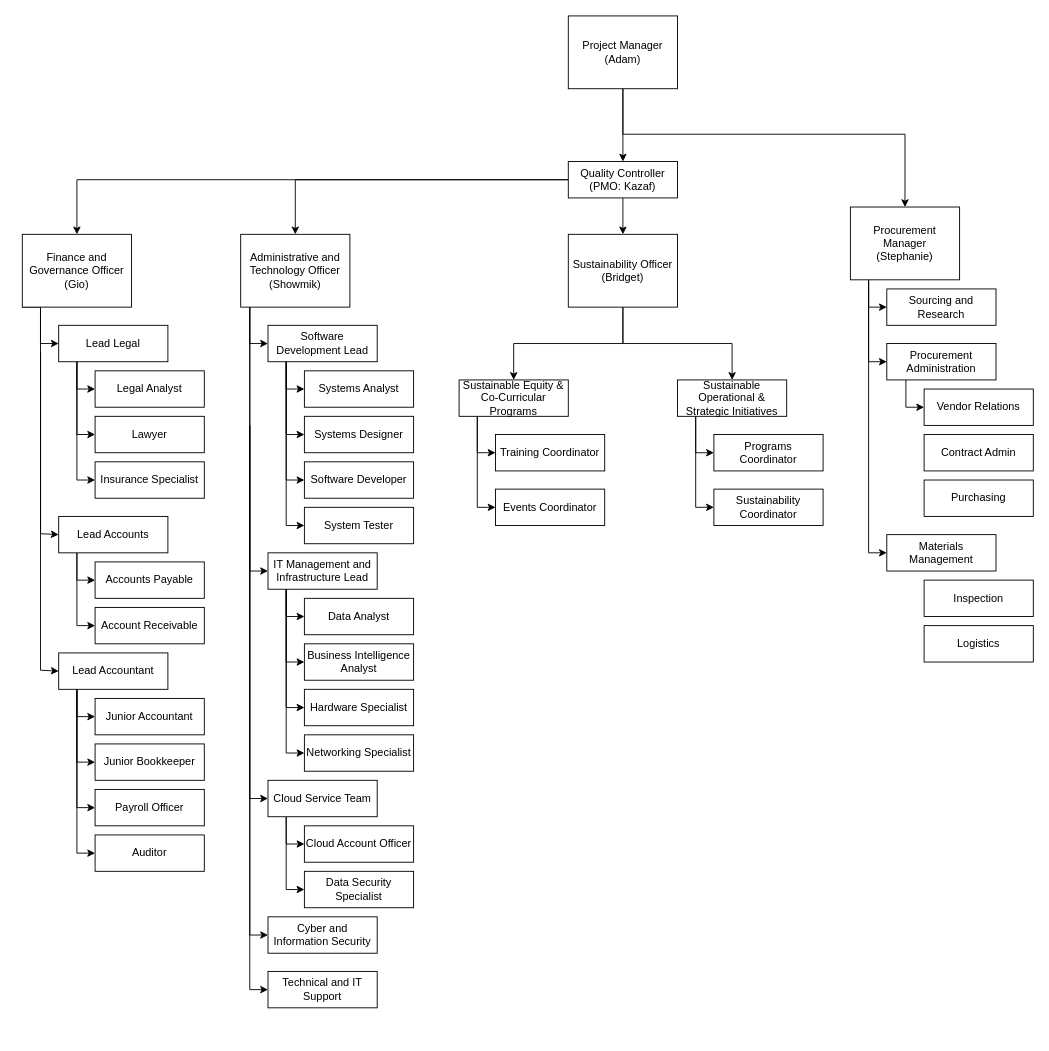
The draw.io diagram page "OBS" (2 of 3) of Untitled Diagram.drawio in adamyie/PORTFOLIO-python_studies_projects, before the edit. Source tidied: cells renumbered, new cells numbered last; positions are measured from the earlier drawing's top-left corner, leaving out a move shared by most shapes. Both pictures are drawn from the tidied source at 91%, with x=0, y=0 at pixel (22, 15).
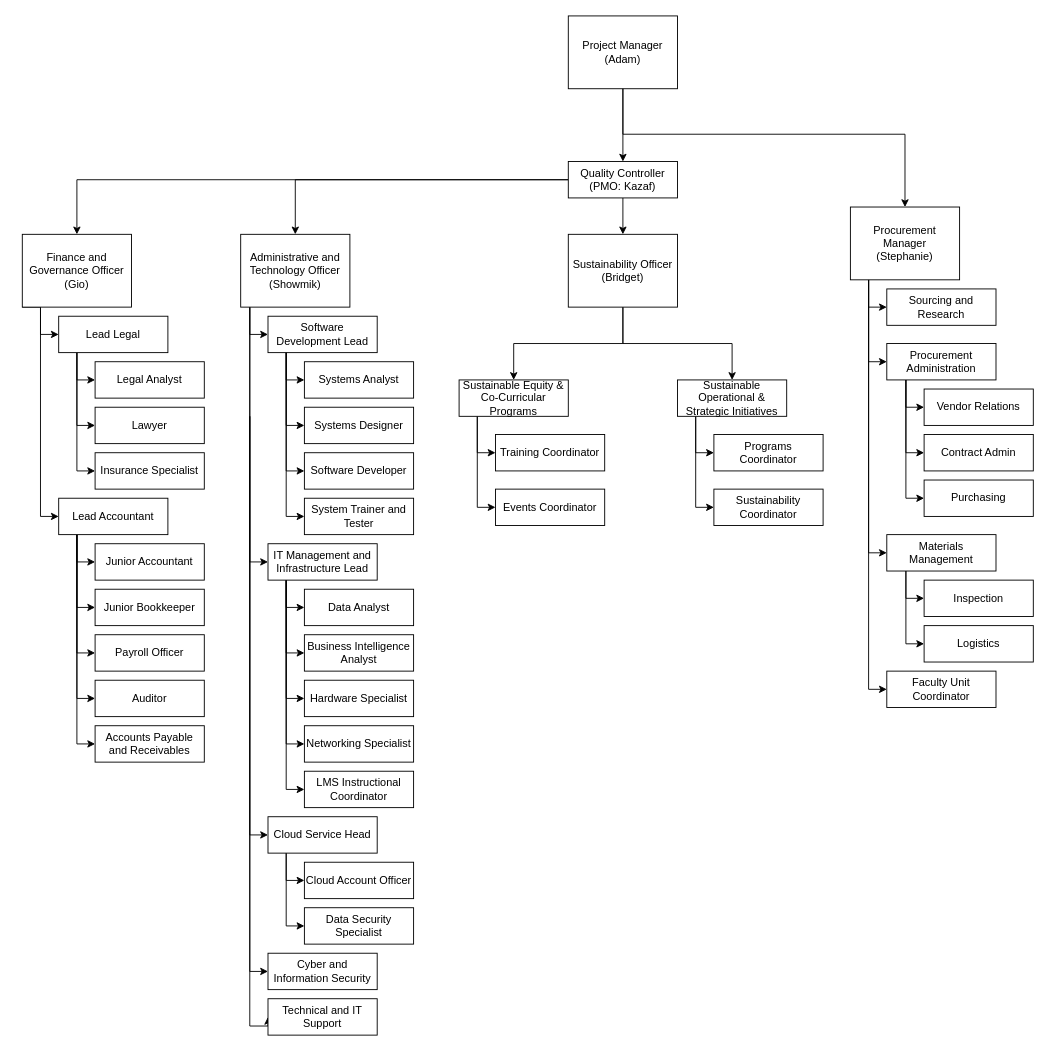
After the change.

The change refers to these unchanged cells:
```xml
<mxCell id="12" value="&lt;div&gt;Procurement Manager&lt;/div&gt;(Stephanie)" style="rounded=0;whiteSpace=wrap;html=1;" parent="1" vertex="1">
  <mxGeometry x="910" y="210" width="120" height="80" as="geometry" />
</mxCell>
<mxCell id="16" value="&lt;div&gt;Finance and Governance Officer&lt;/div&gt;(Gio)" style="rounded=0;whiteSpace=wrap;html=1;" parent="1" vertex="1">
  <mxGeometry y="240" width="120" height="80" as="geometry" />
</mxCell>
<mxCell id="22" value="&lt;div&gt;Administrative and Technology Officer&lt;/div&gt;(Showmik)" style="rounded=0;whiteSpace=wrap;html=1;" parent="1" vertex="1">
  <mxGeometry x="240" y="240" width="120" height="80" as="geometry" />
</mxCell>
<mxCell id="81" value="Procurement Administration" style="rounded=0;whiteSpace=wrap;html=1;" parent="1" vertex="1">
  <mxGeometry x="950" y="360" width="120" height="40" as="geometry" />
</mxCell>
<mxCell id="82" value="Materials Management" style="rounded=0;whiteSpace=wrap;html=1;" parent="1" vertex="1">
  <mxGeometry x="950" y="570" width="120" height="40" as="geometry" />
</mxCell>
<mxCell id="84" value="Contract Admin" style="rounded=0;whiteSpace=wrap;html=1;" parent="1" vertex="1">
  <mxGeometry x="991" y="460" width="120" height="40" as="geometry" />
</mxCell>
<mxCell id="85" value="Purchasing" style="rounded=0;whiteSpace=wrap;html=1;" parent="1" vertex="1">
  <mxGeometry x="991" y="510" width="120" height="40" as="geometry" />
</mxCell>
<mxCell id="86" value="Inspection" style="rounded=0;whiteSpace=wrap;html=1;" parent="1" vertex="1">
  <mxGeometry x="991" y="620" width="120" height="40" as="geometry" />
</mxCell>
<mxCell id="87" value="Logistics" style="rounded=0;whiteSpace=wrap;html=1;" parent="1" vertex="1">
  <mxGeometry x="991" y="670" width="120" height="40" as="geometry" />
</mxCell>
```

Change to the diagram source:
```diff
@@
+    <mxCell id="96" style="edgeStyle=orthogonalEdgeStyle;rounded=0;jettySize=auto;html=1;entryX=0;entryY=0.5;entryDx=0;entryDy=0;" parent="1" edge="1" source="12" target="104">
+      <mxGeometry relative="1" as="geometry">
+        <Array as="points">
+          <mxPoint x="930" y="740" />
+        </Array>
+      </mxGeometry>
+    </mxCell>
@@
     <mxCell id="13" style="edgeStyle=orthogonalEdgeStyle;rounded=0;jettySize=auto;html=1;exitX=0;exitY=1;exitDx=0;exitDy=0;entryX=0;entryY=0.5;entryDx=0;entryDy=0;" parent="1" edge="1" source="16" target="34">
       <mxGeometry relative="1" as="geometry">
         <Array as="points">
           <mxPoint x="20" y="320" />
-          <mxPoint x="20" y="360" />
+          <mxPoint x="20" y="350" />
         </Array>
       </mxGeometry>
     </mxCell>
-    <mxCell id="14" style="edgeStyle=orthogonalEdgeStyle;rounded=0;jettySize=auto;html=1;entryX=0;entryY=0.5;entryDx=0;entryDy=0;" parent="1" edge="1" target="37">
-      <mxGeometry relative="1" as="geometry">
-        <mxPoint x="20.1" y="369" as="sourcePoint" />
-        <Array as="points">
-          <mxPoint x="20" y="569" />
-        </Array>
-      </mxGeometry>
-    </mxCell>
     <mxCell id="15" style="edgeStyle=orthogonalEdgeStyle;rounded=0;jettySize=auto;html=1;entryX=0;entryY=0.5;entryDx=0;entryDy=0;" parent="1" edge="1" source="16" target="53">
       <mxGeometry relative="1" as="geometry">
         <Array as="points">
-          <mxPoint x="20" y="719" />
-          <mxPoint x="40" y="719" />
+          <mxPoint x="20" y="550" />
         </Array>
       </mxGeometry>
     </mxCell>
@@
     <mxCell id="17" style="edgeStyle=orthogonalEdgeStyle;rounded=0;jettySize=auto;html=1;entryX=0;entryY=0.5;entryDx=0;entryDy=0;" parent="1" edge="1" source="22" target="65">
       <mxGeometry relative="1" as="geometry">
         <Array as="points">
-          <mxPoint x="250" y="360" />
+          <mxPoint x="250" y="350" />
         </Array>
       </mxGeometry>
     </mxCell>
     <mxCell id="18" style="edgeStyle=orthogonalEdgeStyle;rounded=0;jettySize=auto;html=1;entryX=0;entryY=0.5;entryDx=0;entryDy=0;" parent="1" edge="1" target="73">
       <mxGeometry relative="1" as="geometry">
-        <mxPoint x="250" y="450" as="sourcePoint" />
+        <mxPoint x="250" y="440" as="sourcePoint" />
         <Array as="points">
-          <mxPoint x="250" y="610" />
+          <mxPoint x="250" y="600" />
         </Array>
       </mxGeometry>
     </mxCell>
     <mxCell id="19" style="edgeStyle=orthogonalEdgeStyle;rounded=0;jettySize=auto;html=1;entryX=0;entryY=0.5;entryDx=0;entryDy=0;" parent="1" edge="1" target="77">
       <mxGeometry relative="1" as="geometry">
-        <mxPoint x="250" y="450" as="sourcePoint" />
+        <mxPoint x="250" y="440" as="sourcePoint" />
         <Array as="points">
-          <mxPoint x="250" y="1010" />
+          <mxPoint x="250" y="1050" />
         </Array>
       </mxGeometry>
     </mxCell>
     <mxCell id="20" style="edgeStyle=orthogonalEdgeStyle;rounded=0;jettySize=auto;html=1;entryX=0;entryY=0.5;entryDx=0;entryDy=0;" parent="1" edge="1" source="22" target="78">
       <mxGeometry relative="1" as="geometry">
         <Array as="points">
-          <mxPoint x="250" y="1070" />
+          <mxPoint x="250" y="1110" />
         </Array>
       </mxGeometry>
     </mxCell>
     <mxCell id="21" style="edgeStyle=orthogonalEdgeStyle;rounded=0;jettySize=auto;html=1;entryX=0;entryY=0.5;entryDx=0;entryDy=0;" parent="1" edge="1" source="22" target="93">
       <mxGeometry relative="1" as="geometry">
         <Array as="points">
-          <mxPoint x="250" y="860" />
+          <mxPoint x="250" y="900" />
         </Array>
       </mxGeometry>
     </mxCell>
@@
     <mxCell id="31" style="edgeStyle=orthogonalEdgeStyle;rounded=0;jettySize=auto;html=1;entryX=0;entryY=0.5;entryDx=0;entryDy=0;" parent="1" edge="1" source="34" target="45">
       <mxGeometry relative="1" as="geometry">
         <Array as="points">
-          <mxPoint x="60" y="410" />
+          <mxPoint x="60" y="400" />
         </Array>
       </mxGeometry>
     </mxCell>
     <mxCell id="32" style="edgeStyle=orthogonalEdgeStyle;rounded=0;jettySize=auto;html=1;entryX=0;entryY=0.5;entryDx=0;entryDy=0;" parent="1" edge="1" source="34" target="46">
       <mxGeometry relative="1" as="geometry">
         <Array as="points">
-          <mxPoint x="60" y="460" />
+          <mxPoint x="60" y="450" />
         </Array>
       </mxGeometry>
     </mxCell>
     <mxCell id="33" style="edgeStyle=orthogonalEdgeStyle;rounded=0;jettySize=auto;html=1;entryX=0;entryY=0.5;entryDx=0;entryDy=0;" parent="1" edge="1" source="34" target="79">
       <mxGeometry relative="1" as="geometry">
         <Array as="points">
-          <mxPoint x="60" y="510" />
+          <mxPoint x="60" y="500" />
         </Array>
       </mxGeometry>
     </mxCell>
     <mxCell id="34" value="Lead Legal" style="rounded=0;whiteSpace=wrap;html=1;" parent="1" vertex="1">
-      <mxGeometry x="40" y="340" width="120" height="40" as="geometry" />
+      <mxGeometry x="40" y="330" width="120" height="40" as="geometry" />
     </mxCell>
-    <mxCell id="35" style="edgeStyle=orthogonalEdgeStyle;rounded=0;jettySize=auto;html=1;entryX=0;entryY=0.5;entryDx=0;entryDy=0;" parent="1" edge="1" source="37" target="38">
-      <mxGeometry relative="1" as="geometry">
-        <Array as="points">
-          <mxPoint x="60" y="620" />
-        </Array>
-      </mxGeometry>
-    </mxCell>
-    <mxCell id="36" style="edgeStyle=orthogonalEdgeStyle;rounded=0;jettySize=auto;html=1;entryX=0;entryY=0.5;entryDx=0;entryDy=0;" parent="1" edge="1" source="37" target="47">
-      <mxGeometry relative="1" as="geometry">
-        <Array as="points">
-          <mxPoint x="60" y="670" />
-        </Array>
-      </mxGeometry>
-    </mxCell>
-    <mxCell id="37" value="&lt;div&gt;Lead Accounts&lt;/div&gt;" style="rounded=0;whiteSpace=wrap;html=1;" parent="1" vertex="1">
-      <mxGeometry x="40" y="550" width="120" height="40" as="geometry" />
+    <mxCell id="37" value="&lt;div&gt;Accounts Payable and Receivables&lt;/div&gt;" style="rounded=0;whiteSpace=wrap;html=1;" parent="1" vertex="1">
+      <mxGeometry x="80" y="780" width="120" height="40" as="geometry" />
     </mxCell>
-    <mxCell id="38" value="Accounts Payable" style="rounded=0;whiteSpace=wrap;html=1;" parent="1" vertex="1">
-      <mxGeometry x="80" y="600" width="120" height="40" as="geometry" />
-    </mxCell>
@@
     <mxCell id="45" value="Legal Analyst" style="rounded=0;whiteSpace=wrap;html=1;" parent="1" vertex="1">
-      <mxGeometry x="80" y="390" width="120" height="40" as="geometry" />
+      <mxGeometry x="80" y="380" width="120" height="40" as="geometry" />
     </mxCell>
     <mxCell id="46" value="Lawyer" style="rounded=0;whiteSpace=wrap;html=1;" parent="1" vertex="1">
-      <mxGeometry x="80" y="440" width="120" height="40" as="geometry" />
+      <mxGeometry x="80" y="430" width="120" height="40" as="geometry" />
     </mxCell>
-    <mxCell id="47" value="Account Receivable" style="rounded=0;whiteSpace=wrap;html=1;" parent="1" vertex="1">
-      <mxGeometry x="80" y="650" width="120" height="40" as="geometry" />
-    </mxCell>
     <mxCell id="48" value="&lt;div&gt;Junior Accountant&lt;/div&gt;" style="rounded=0;whiteSpace=wrap;html=1;" parent="1" vertex="1">
-      <mxGeometry x="80" y="750" width="120" height="40" as="geometry" />
+      <mxGeometry x="80" y="580" width="120" height="40" as="geometry" />
     </mxCell>
     <mxCell id="49" style="edgeStyle=orthogonalEdgeStyle;rounded=0;jettySize=auto;html=1;entryX=0;entryY=0.5;entryDx=0;entryDy=0;" parent="1" edge="1" source="53" target="48">
       <mxGeometry relative="1" as="geometry">
         <Array as="points">
-          <mxPoint x="60" y="721" />
+          <mxPoint x="60" y="551" />
         </Array>
       </mxGeometry>
     </mxCell>
     <mxCell id="50" style="edgeStyle=orthogonalEdgeStyle;rounded=0;jettySize=auto;html=1;entryX=0;entryY=0.5;entryDx=0;entryDy=0;" parent="1" edge="1" source="53" target="54">
       <mxGeometry relative="1" as="geometry">
         <Array as="points">
-          <mxPoint x="60" y="820" />
+          <mxPoint x="60" y="650" />
         </Array>
       </mxGeometry>
     </mxCell>
     <mxCell id="51" style="edgeStyle=orthogonalEdgeStyle;rounded=0;jettySize=auto;html=1;entryX=0;entryY=0.5;entryDx=0;entryDy=0;" parent="1" edge="1" source="53" target="55">
       <mxGeometry relative="1" as="geometry">
         <Array as="points">
-          <mxPoint x="60" y="870" />
+          <mxPoint x="60" y="700" />
         </Array>
       </mxGeometry>
     </mxCell>
     <mxCell id="52" style="edgeStyle=orthogonalEdgeStyle;rounded=0;jettySize=auto;html=1;entryX=0;entryY=0.5;entryDx=0;entryDy=0;" parent="1" edge="1" source="53" target="56">
       <mxGeometry relative="1" as="geometry">
         <Array as="points">
-          <mxPoint x="60" y="920" />
+          <mxPoint x="60" y="750" />
         </Array>
       </mxGeometry>
     </mxCell>
+    <mxCell id="97" style="edgeStyle=orthogonalEdgeStyle;rounded=0;jettySize=auto;html=1;entryX=0;entryY=0.5;entryDx=0;entryDy=0;" parent="1" edge="1" source="53" target="37">
+      <mxGeometry relative="1" as="geometry">
+        <Array as="points">
+          <mxPoint x="60" y="800" />
+        </Array>
+      </mxGeometry>
+    </mxCell>
     <mxCell id="53" value="&lt;div&gt;Lead Accountant&lt;/div&gt;" style="rounded=0;whiteSpace=wrap;html=1;" parent="1" vertex="1">
-      <mxGeometry x="40" y="700" width="120" height="40" as="geometry" />
+      <mxGeometry x="40" y="530" width="120" height="40" as="geometry" />
     </mxCell>
     <mxCell id="54" value="&lt;div&gt;Junior Bookkeeper&lt;/div&gt;" style="rounded=0;whiteSpace=wrap;html=1;" parent="1" vertex="1">
-      <mxGeometry x="80" y="800" width="120" height="40" as="geometry" />
+      <mxGeometry x="80" y="630" width="120" height="40" as="geometry" />
     </mxCell>
     <mxCell id="55" value="&lt;div&gt;Payroll Officer&lt;/div&gt;" style="rounded=0;whiteSpace=wrap;html=1;" parent="1" vertex="1">
-      <mxGeometry x="80" y="850" width="120" height="40" as="geometry" />
+      <mxGeometry x="80" y="680" width="120" height="40" as="geometry" />
     </mxCell>
     <mxCell id="56" value="&lt;div&gt;Auditor&lt;/div&gt;" style="rounded=0;whiteSpace=wrap;html=1;" parent="1" vertex="1">
-      <mxGeometry x="80" y="900" width="120" height="40" as="geometry" />
+      <mxGeometry x="80" y="730" width="120" height="40" as="geometry" />
     </mxCell>
@@
     <mxCell id="62" style="edgeStyle=orthogonalEdgeStyle;rounded=0;jettySize=auto;html=1;entryX=0;entryY=0.5;entryDx=0;entryDy=0;" parent="1" edge="1" source="65" target="66">
       <mxGeometry relative="1" as="geometry">
         <Array as="points">
-          <mxPoint x="290" y="410" />
+          <mxPoint x="290" y="400" />
         </Array>
       </mxGeometry>
     </mxCell>
     <mxCell id="63" style="edgeStyle=orthogonalEdgeStyle;rounded=0;jettySize=auto;html=1;entryX=0;entryY=0.5;entryDx=0;entryDy=0;" parent="1" edge="1" source="65" target="67">
       <mxGeometry relative="1" as="geometry">
         <Array as="points">
-          <mxPoint x="290" y="460" />
+          <mxPoint x="290" y="450" />
         </Array>
       </mxGeometry>
     </mxCell>
     <mxCell id="64" style="edgeStyle=orthogonalEdgeStyle;rounded=0;jettySize=auto;html=1;entryX=0;entryY=0.5;entryDx=0;entryDy=0;" parent="1" edge="1" source="65" target="68">
       <mxGeometry relative="1" as="geometry">
         <Array as="points">
-          <mxPoint x="290" y="510" />
+          <mxPoint x="290" y="500" />
         </Array>
       </mxGeometry>
     </mxCell>
     <mxCell id="65" value="Software Development Lead" style="rounded=0;whiteSpace=wrap;html=1;" parent="1" vertex="1">
-      <mxGeometry x="270" y="340" width="120" height="40" as="geometry" />
+      <mxGeometry x="270" y="330" width="120" height="40" as="geometry" />
     </mxCell>
     <mxCell id="66" value="Systems Analyst" style="rounded=0;whiteSpace=wrap;html=1;" parent="1" vertex="1">
-      <mxGeometry x="310" y="390" width="120" height="40" as="geometry" />
+      <mxGeometry x="310" y="380" width="120" height="40" as="geometry" />
     </mxCell>
     <mxCell id="67" value="&lt;div&gt;Systems Designer&lt;/div&gt;" style="rounded=0;whiteSpace=wrap;html=1;" parent="1" vertex="1">
-      <mxGeometry x="310" y="440" width="120" height="40" as="geometry" />
+      <mxGeometry x="310" y="430" width="120" height="40" as="geometry" />
     </mxCell>
     <mxCell id="68" value="&lt;div&gt;Software Developer&lt;/div&gt;" style="rounded=0;whiteSpace=wrap;html=1;" parent="1" vertex="1">
-      <mxGeometry x="310" y="490" width="120" height="40" as="geometry" />
+      <mxGeometry x="310" y="480" width="120" height="40" as="geometry" />
     </mxCell>
     <mxCell id="69" style="edgeStyle=orthogonalEdgeStyle;rounded=0;jettySize=auto;html=1;entryX=0;entryY=0.5;entryDx=0;entryDy=0;" parent="1" edge="1" source="73" target="74">
       <mxGeometry relative="1" as="geometry">
         <Array as="points">
-          <mxPoint x="290" y="660" />
+          <mxPoint x="290" y="650" />
         </Array>
       </mxGeometry>
     </mxCell>
     <mxCell id="70" style="edgeStyle=orthogonalEdgeStyle;rounded=0;jettySize=auto;html=1;entryX=0;entryY=0.5;entryDx=0;entryDy=0;" parent="1" edge="1" source="73" target="75">
       <mxGeometry relative="1" as="geometry">
         <Array as="points">
-          <mxPoint x="290" y="710" />
+          <mxPoint x="290" y="700" />
         </Array>
       </mxGeometry>
     </mxCell>
     <mxCell id="71" style="edgeStyle=orthogonalEdgeStyle;rounded=0;jettySize=auto;html=1;entryX=0;entryY=0.5;entryDx=0;entryDy=0;" parent="1" edge="1" source="73" target="76">
       <mxGeometry relative="1" as="geometry">
         <Array as="points">
-          <mxPoint x="290" y="760" />
+          <mxPoint x="290" y="750" />
         </Array>
       </mxGeometry>
     </mxCell>
     <mxCell id="72" style="edgeStyle=orthogonalEdgeStyle;rounded=0;jettySize=auto;html=1;entryX=0;entryY=0.5;entryDx=0;entryDy=0;" parent="1" edge="1" source="73" target="90">
       <mxGeometry relative="1" as="geometry">
         <Array as="points">
-          <mxPoint x="290" y="810" />
+          <mxPoint x="290" y="800" />
         </Array>
       </mxGeometry>
     </mxCell>
+    <mxCell id="98" style="edgeStyle=orthogonalEdgeStyle;rounded=0;jettySize=auto;html=1;entryX=0;entryY=0.5;entryDx=0;entryDy=0;" parent="1" edge="1" source="73" target="103">
+      <mxGeometry relative="1" as="geometry">
+        <Array as="points">
+          <mxPoint x="290" y="850" />
+        </Array>
+      </mxGeometry>
+    </mxCell>
     <mxCell id="73" value="IT Management and Infrastructure Lead" style="rounded=0;whiteSpace=wrap;html=1;" parent="1" vertex="1">
-      <mxGeometry x="270" y="590" width="120" height="40" as="geometry" />
+      <mxGeometry x="270" y="580" width="120" height="40" as="geometry" />
     </mxCell>
     <mxCell id="74" value="Data Analyst" style="rounded=0;whiteSpace=wrap;html=1;" parent="1" vertex="1">
-      <mxGeometry x="310" y="640" width="120" height="40" as="geometry" />
+      <mxGeometry x="310" y="630" width="120" height="40" as="geometry" />
     </mxCell>
     <mxCell id="75" value="Business Intelligence Analyst" style="rounded=0;whiteSpace=wrap;html=1;" parent="1" vertex="1">
-      <mxGeometry x="310" y="690" width="120" height="40" as="geometry" />
+      <mxGeometry x="310" y="680" width="120" height="40" as="geometry" />
     </mxCell>
     <mxCell id="76" value="Hardware Specialist" style="rounded=0;whiteSpace=wrap;html=1;" parent="1" vertex="1">
-      <mxGeometry x="310" y="740" width="120" height="40" as="geometry" />
+      <mxGeometry x="310" y="730" width="120" height="40" as="geometry" />
     </mxCell>
     <mxCell id="77" value="Cyber and Information Security" style="rounded=0;whiteSpace=wrap;html=1;" parent="1" vertex="1">
-      <mxGeometry x="270" y="990" width="120" height="40" as="geometry" />
+      <mxGeometry x="270" y="1030" width="120" height="40" as="geometry" />
     </mxCell>
     <mxCell id="78" value="Technical and IT Support" style="rounded=0;whiteSpace=wrap;html=1;" parent="1" vertex="1">
-      <mxGeometry x="270" y="1050" width="120" height="40" as="geometry" />
+      <mxGeometry x="270" y="1080" width="120" height="40" as="geometry" />
     </mxCell>
     <mxCell id="79" value="Insurance Specialist" style="rounded=0;whiteSpace=wrap;html=1;" parent="1" vertex="1">
-      <mxGeometry x="80" y="490" width="120" height="40" as="geometry" />
+      <mxGeometry x="80" y="480" width="120" height="40" as="geometry" />
     </mxCell>
@@
+    <mxCell id="99" style="edgeStyle=orthogonalEdgeStyle;rounded=0;jettySize=auto;html=1;entryX=0;entryY=0.5;entryDx=0;entryDy=0;" parent="1" edge="1" source="81" target="84">
+      <mxGeometry relative="1" as="geometry">
+        <Array as="points">
+          <mxPoint x="971" y="480" />
+        </Array>
+      </mxGeometry>
+    </mxCell>
+    <mxCell id="100" style="edgeStyle=orthogonalEdgeStyle;rounded=0;jettySize=auto;html=1;entryX=0;entryY=0.5;entryDx=0;entryDy=0;" parent="1" edge="1" source="81" target="85">
+      <mxGeometry relative="1" as="geometry">
+        <Array as="points">
+          <mxPoint x="971" y="530" />
+        </Array>
+      </mxGeometry>
+    </mxCell>
@@
+    <mxCell id="101" style="edgeStyle=orthogonalEdgeStyle;rounded=0;jettySize=auto;html=1;entryX=0;entryY=0.5;entryDx=0;entryDy=0;" parent="1" edge="1" source="82" target="86">
+      <mxGeometry relative="1" as="geometry">
+        <Array as="points">
+          <mxPoint x="971" y="640" />
+        </Array>
+      </mxGeometry>
+    </mxCell>
+    <mxCell id="102" style="edgeStyle=orthogonalEdgeStyle;rounded=0;jettySize=auto;html=1;entryX=0;entryY=0.5;entryDx=0;entryDy=0;" parent="1" edge="1" source="82" target="87">
+      <mxGeometry relative="1" as="geometry">
+        <Array as="points">
+          <mxPoint x="971" y="690" />
+        </Array>
+      </mxGeometry>
+    </mxCell>
@@
-    <mxCell id="88" value="&lt;div&gt;System Tester&lt;/div&gt;" style="rounded=0;whiteSpace=wrap;html=1;" parent="1" vertex="1">
-      <mxGeometry x="310" y="540" width="120" height="40" as="geometry" />
+    <mxCell id="88" value="&lt;div&gt;System Trainer and Tester&lt;/div&gt;" style="rounded=0;whiteSpace=wrap;html=1;" parent="1" vertex="1">
+      <mxGeometry x="310" y="530" width="120" height="40" as="geometry" />
     </mxCell>
     <mxCell id="89" style="edgeStyle=orthogonalEdgeStyle;rounded=0;jettySize=auto;html=1;entryX=0;entryY=0.5;entryDx=0;entryDy=0;" parent="1" edge="1" source="65" target="88">
       <mxGeometry relative="1" as="geometry">
         <Array as="points">
-          <mxPoint x="290" y="560" />
+          <mxPoint x="290" y="550" />
         </Array>
       </mxGeometry>
     </mxCell>
     <mxCell id="90" value="Networking Specialist" style="rounded=0;whiteSpace=wrap;html=1;" parent="1" vertex="1">
-      <mxGeometry x="310" y="790" width="120" height="40" as="geometry" />
+      <mxGeometry x="310" y="780" width="120" height="40" as="geometry" />
     </mxCell>
     <mxCell id="91" style="edgeStyle=orthogonalEdgeStyle;rounded=0;jettySize=auto;html=1;entryX=0;entryY=0.5;entryDx=0;entryDy=0;" parent="1" edge="1" source="93" target="94">
       <mxGeometry relative="1" as="geometry">
         <Array as="points">
-          <mxPoint x="290" y="910" />
+          <mxPoint x="290" y="950" />
         </Array>
       </mxGeometry>
     </mxCell>
     <mxCell id="92" style="edgeStyle=orthogonalEdgeStyle;rounded=0;jettySize=auto;html=1;entryX=0;entryY=0.5;entryDx=0;entryDy=0;" parent="1" edge="1" source="93" target="95">
       <mxGeometry relative="1" as="geometry">
         <Array as="points">
-          <mxPoint x="290" y="960" />
+          <mxPoint x="290" y="1000" />
         </Array>
       </mxGeometry>
     </mxCell>
-    <mxCell id="93" value="Cloud Service Team" style="rounded=0;whiteSpace=wrap;html=1;" parent="1" vertex="1">
-      <mxGeometry x="270" y="840" width="120" height="40" as="geometry" />
+    <mxCell id="93" value="Cloud Service Head" style="rounded=0;whiteSpace=wrap;html=1;" parent="1" vertex="1">
+      <mxGeometry x="270" y="880" width="120" height="40" as="geometry" />
     </mxCell>
     <mxCell id="94" value="Cloud Account Officer" style="rounded=0;whiteSpace=wrap;html=1;" parent="1" vertex="1">
-      <mxGeometry x="310" y="890" width="120" height="40" as="geometry" />
+      <mxGeometry x="310" y="930" width="120" height="40" as="geometry" />
     </mxCell>
     <mxCell id="95" value="Data Security Specialist" style="rounded=0;whiteSpace=wrap;html=1;" parent="1" vertex="1">
-      <mxGeometry x="310" y="940" width="120" height="40" as="geometry" />
+      <mxGeometry x="310" y="980" width="120" height="40" as="geometry" />
     </mxCell>
+    <mxCell id="103" value="LMS Instructional Coordinator" style="rounded=0;whiteSpace=wrap;html=1;" parent="1" vertex="1">
+      <mxGeometry x="310" y="830" width="120" height="40" as="geometry" />
+    </mxCell>
+    <mxCell id="104" value="Faculty Unit Coordinator" style="rounded=0;whiteSpace=wrap;html=1;" parent="1" vertex="1">
+      <mxGeometry x="950" y="720" width="120" height="40" as="geometry" />
+    </mxCell>
```
